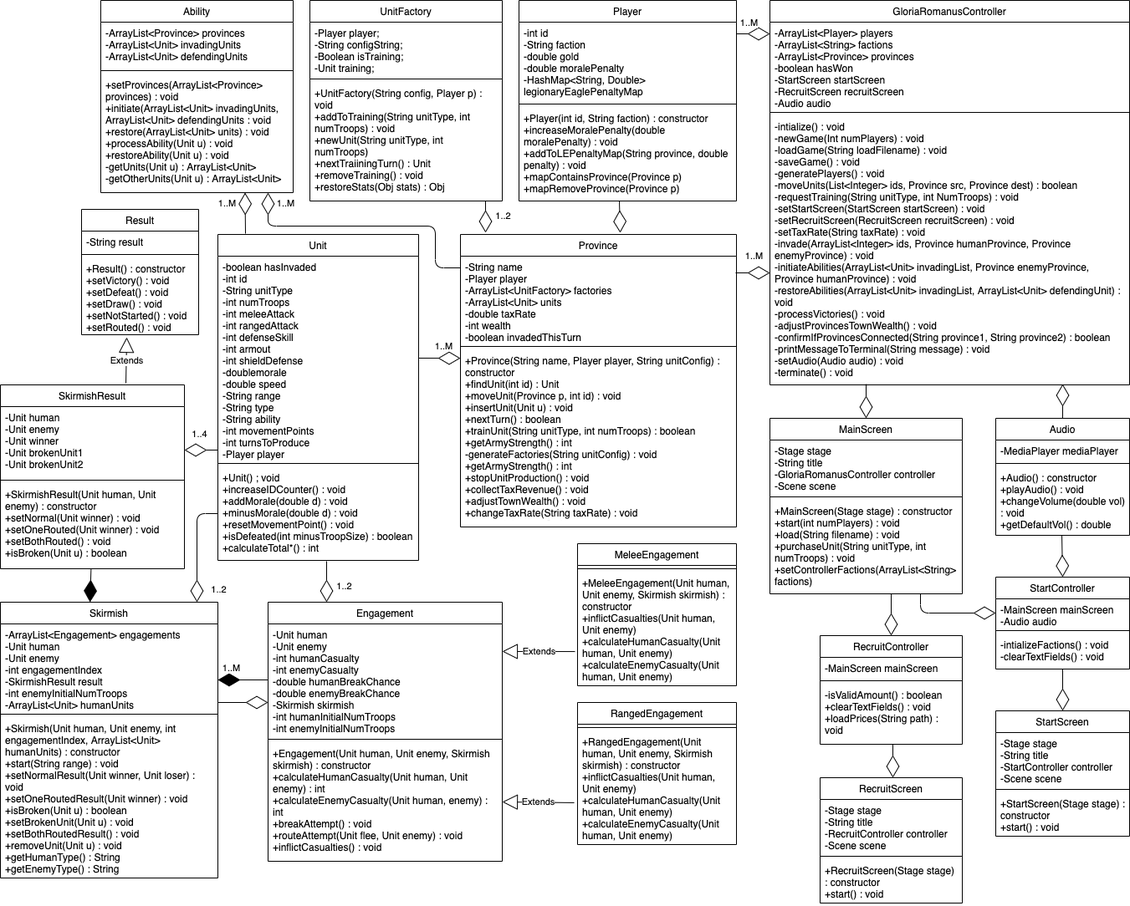
Above: UMLRevised.png in marcusoyang/gloria-romanus (draw.io), before the change. Source tidied: cells renumbered, new cells last; positions are measured from the earlier drawing's top-left corner, leaving out a move shared by most shapes.
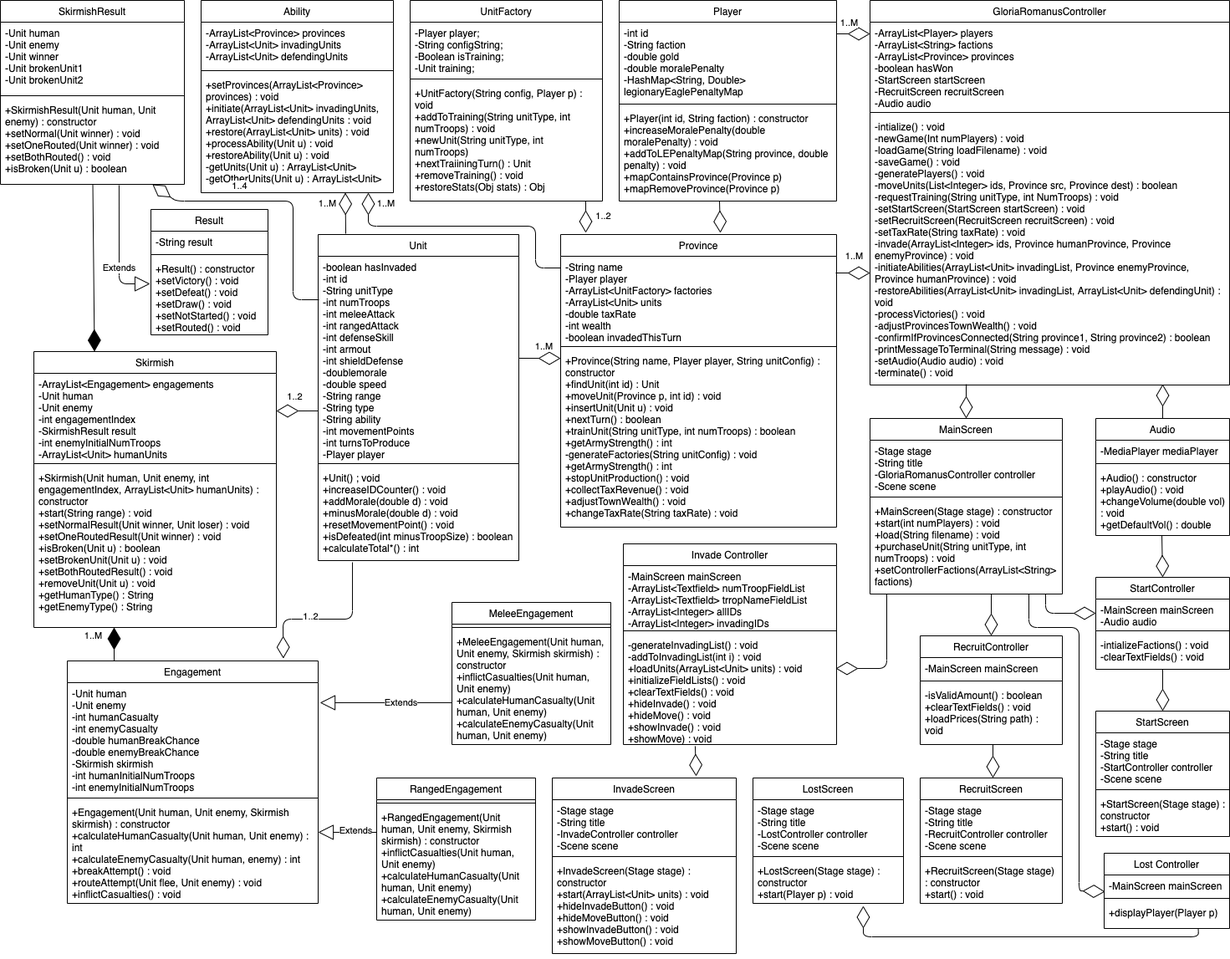
Above is the later version.

The edit, as a diff of the source:
```diff
@@ -41,12 +41,12 @@
     <mxCell id="14" value="Engagement" style="swimlane;fontStyle=0;align=center;verticalAlign=top;horizontal=1;startSize=26;rounded=0;shadow=0;strokeWidth=1;" parent="1" vertex="1">
-      <mxGeometry x="320" y="720" width="280" height="310" as="geometry" />
+      <mxGeometry x="-40" y="790" width="300" height="290" as="geometry" />
     </mxCell>
     <mxCell id="15" value="-Unit human&#10;-Unit enemy&#10;-int humanCasualty&#10;-int enemyCasualty&#10;-double humanBreakChance&#10;-double enemyBreakChance&#10;-Skirmish skirmish&#10;-int humanInitialNumTroops&#10;-int enemyInitialNumTroops" style="text;align=left;verticalAlign=top;spacingLeft=4;spacingRight=4;overflow=hidden;points=[[0,0.5],[1,0.5]];portConstraint=eastwest;" parent="14" vertex="1">
-      <mxGeometry y="26" width="280" height="134" as="geometry" />
+      <mxGeometry y="26" width="300" height="134" as="geometry" />
     </mxCell>
     <mxCell id="16" style="line;html=1;strokeWidth=1;align=left;verticalAlign=middle;spacingTop=-1;spacingLeft=3;spacingRight=3;labelPosition=right;" parent="14" vertex="1">
-      <mxGeometry y="160" width="280" height="8" as="geometry" />
+      <mxGeometry y="160" width="300" height="8" as="geometry" />
     </mxCell>
     <mxCell id="17" value="+Engagement(Unit human, Unit enemy, Skirmish skirmish) : constructor&#10;+calculateHumanCasualty(Unit human, Unit enemy) : int&#10;+calculateEnemyCasualty(Unit human, enemy) : int&#10;+breakAttempt() : void&#10;+routeAttempt(Unit flee, Unit enemy) : void&#10;+inflictCasualties() : void&#10;" style="text;align=left;verticalAlign=top;spacingLeft=4;spacingRight=4;overflow=hidden;points=[[0,0.5],[1,0.5]];portConstraint=eastwest;fontStyle=0;whiteSpace=wrap;" parent="14" vertex="1">
-      <mxGeometry y="168" width="280" height="142" as="geometry" />
+      <mxGeometry y="168" width="300" height="122" as="geometry" />
     </mxCell>
@@ -70,3 +70,3 @@
     <mxCell id="23" value="MeleeEngagement" style="swimlane;fontStyle=0;align=center;verticalAlign=top;horizontal=1;startSize=26;rounded=0;shadow=0;strokeWidth=1;" parent="1" vertex="1">
-      <mxGeometry x="690" y="650" width="190" height="170" as="geometry" />
+      <mxGeometry x="420" y="720" width="190" height="170" as="geometry" />
     </mxCell>
@@ -151,3 +151,3 @@
     <mxCell id="43" value="RangedEngagement" style="swimlane;fontStyle=0;align=center;verticalAlign=top;horizontal=1;startSize=26;rounded=0;shadow=0;strokeWidth=1;" parent="1" vertex="1">
-      <mxGeometry x="690" y="840" width="190" height="170" as="geometry" />
+      <mxGeometry x="330" y="930" width="190" height="170" as="geometry" />
     </mxCell>
@@ -184,3 +184,3 @@
     <mxCell id="54" value="Result" style="swimlane;fontStyle=0;align=center;verticalAlign=top;horizontal=1;startSize=26;rounded=0;shadow=0;strokeWidth=1;" parent="1" vertex="1">
-      <mxGeometry x="97" y="250" width="140" height="150" as="geometry" />
+      <mxGeometry x="60" y="250" width="140" height="150" as="geometry" />
     </mxCell>
@@ -196,3 +196,3 @@
     <mxCell id="58" value="SkirmishResult" style="swimlane;fontStyle=0;align=center;verticalAlign=top;horizontal=1;startSize=26;rounded=0;shadow=0;strokeWidth=1;" parent="1" vertex="1">
-      <mxGeometry y="460" width="220" height="220" as="geometry" />
+      <mxGeometry x="-120" width="220" height="220" as="geometry" />
     </mxCell>
@@ -224,5 +224,5 @@
       <mxGeometry relative="1" as="geometry">
-        <mxPoint x="1100" y="710" as="sourcePoint" />
+        <mxPoint x="1130" y="710" as="sourcePoint" />
         <Array as="points">
-          <mxPoint x="1100" y="733" />
+          <mxPoint x="1130" y="733" />
         </Array>
@@ -287,5 +287,8 @@
     </mxCell>
-    <mxCell id="83" style="endArrow=diamondThin;endFill=0;endSize=24;html=1;entryX=0.25;entryY=0;entryDx=0;entryDy=0;" parent="1" edge="1" target="14">
+    <mxCell id="83" style="endArrow=diamondThin;endFill=0;endSize=24;html=1;entryX=0.861;entryY=-0.01;entryDx=0;entryDy=0;exitX=0.171;exitY=1.018;exitDx=0;exitDy=0;exitPerimeter=0;entryPerimeter=0;" parent="1" edge="1" source="78" target="14">
       <mxGeometry relative="1" as="geometry">
-        <mxPoint x="390" y="671" as="sourcePoint" />
+        <Array as="points">
+          <mxPoint x="301" y="740" />
+          <mxPoint x="218" y="740" />
+        </Array>
       </mxGeometry>
@@ -297,7 +300,9 @@
     </mxCell>
-    <mxCell id="85" value="Extends" style="endArrow=block;endSize=16;endFill=0;html=1;entryX=1;entryY=0.246;entryDx=0;entryDy=0;entryPerimeter=0;exitX=-0.016;exitY=0.699;exitDx=0;exitDy=0;exitPerimeter=0;" parent="1" edge="1" source="25" target="15">
-      <mxGeometry relative="1" as="geometry" />
+    <mxCell id="85" value="Extends" style="endArrow=block;endSize=16;endFill=0;html=1;entryX=1.007;entryY=0.179;entryDx=0;entryDy=0;entryPerimeter=0;exitX=0;exitY=0.632;exitDx=0;exitDy=0;exitPerimeter=0;" parent="1" edge="1" source="25" target="15">
+      <mxGeometry x="-0.23" relative="1" as="geometry" />
     </mxCell>
-    <mxCell id="86" value="Extends" style="endArrow=block;endSize=16;endFill=0;html=1;exitX=-0.021;exitY=0.632;exitDx=0;exitDy=0;exitPerimeter=0;entryX=1;entryY=0.5;entryDx=0;entryDy=0;" parent="1" edge="1" source="45" target="17">
-      <mxGeometry relative="1" as="geometry" />
+    <mxCell id="86" value="Extends" style="endArrow=block;endSize=16;endFill=0;html=1;entryX=1;entryY=0.303;entryDx=0;entryDy=0;entryPerimeter=0;" parent="1" edge="1" target="17">
+      <mxGeometry x="-0.28" y="-2" relative="1" as="geometry">
+        <mxPoint x="330" y="995" as="sourcePoint" />
+      </mxGeometry>
     </mxCell>
@@ -310,15 +315,20 @@
     <mxCell id="88" value="Skirmish" style="swimlane;fontStyle=0;align=center;verticalAlign=top;horizontal=1;startSize=26;rounded=0;shadow=0;strokeWidth=1;" parent="1" vertex="1">
-      <mxGeometry y="720" width="260" height="330" as="geometry" />
+      <mxGeometry x="-80" y="420" width="290" height="330" as="geometry" />
     </mxCell>
     <mxCell id="89" value="-ArrayList&lt;Engagement&gt; engagements&#10;-Unit human&#10;-Unit enemy&#10;-int engagementIndex&#10;-SkirmishResult result&#10;-int enemyInitialNumTroops&#10;-ArrayList&lt;Unit&gt; humanUnits" style="text;align=left;verticalAlign=top;spacingLeft=4;spacingRight=4;overflow=hidden;points=[[0,0.5],[1,0.5]];portConstraint=eastwest;" parent="88" vertex="1">
-      <mxGeometry y="26" width="260" height="104" as="geometry" />
+      <mxGeometry y="26" width="290" height="104" as="geometry" />
     </mxCell>
     <mxCell id="90" style="line;html=1;strokeWidth=1;align=left;verticalAlign=middle;spacingTop=-1;spacingLeft=3;spacingRight=3;labelPosition=right;" parent="88" vertex="1">
-      <mxGeometry y="130" width="260" height="8" as="geometry" />
+      <mxGeometry y="130" width="290" height="8" as="geometry" />
     </mxCell>
     <mxCell id="91" value="+Skirmish(Unit human, Unit enemy, int engagementIndex, ArrayList&lt;Unit&gt; humanUnits) : constructor&#10;+start(String range) : void&#10;+setNormalResult(Unit winner, Unit loser) : void&#10;+setOneRoutedResult(Unit winner) : void&#10;+isBroken(Unit u) : boolean&#10;+setBrokenUnit(Unit u) : void&#10;+setBothRoutedResult() : void&#10;+removeUnit(Unit u) : void&#10;+getHumanType() : String&#10;+getEnemyType() : String" style="text;align=left;verticalAlign=top;spacingLeft=4;spacingRight=4;overflow=hidden;points=[[0,0.5],[1,0.5]];portConstraint=eastwest;fontStyle=0;whiteSpace=wrap;" parent="88" vertex="1">
-      <mxGeometry y="138" width="260" height="192" as="geometry" />
+      <mxGeometry y="138" width="290" height="192" as="geometry" />
     </mxCell>
-    <mxCell id="92" style="endArrow=diamondThin;endFill=1;endSize=24;html=1;exitX=0;exitY=0.5;exitDx=0;exitDy=0;entryX=1;entryY=0.644;entryDx=0;entryDy=0;entryPerimeter=0;" parent="1" edge="1" source="15" target="89">
-      <mxGeometry relative="1" as="geometry" />
+    <mxCell id="92" style="endArrow=diamondThin;endFill=1;endSize=24;html=1;entryX=0.331;entryY=1;entryDx=0;entryDy=0;entryPerimeter=0;" parent="1" edge="1" target="91">
+      <mxGeometry relative="1" as="geometry">
+        <mxPoint x="16" y="790" as="sourcePoint" />
+        <Array as="points">
+          <mxPoint x="16" y="790" />
+        </Array>
+      </mxGeometry>
     </mxCell>
@@ -326,6 +336,6 @@
       <mxGeometry x="0.5" y="-2" relative="1" as="geometry">
-        <mxPoint y="-13" as="offset" />
+        <mxPoint x="-28" as="offset" />
       </mxGeometry>
     </mxCell>
-    <mxCell id="94" style="endArrow=diamondThin;endFill=1;endSize=24;html=1;entryX=0.412;entryY=0;entryDx=0;entryDy=0;entryPerimeter=0;" parent="1" edge="1" source="61" target="88">
+    <mxCell id="94" style="endArrow=diamondThin;endFill=1;endSize=24;html=1;entryX=0.25;entryY=0;entryDx=0;entryDy=0;" parent="1" edge="1" source="61" target="88">
       <mxGeometry relative="1" as="geometry" />
@@ -344,5 +354,10 @@
     </mxCell>
-    <mxCell id="99" style="endArrow=diamondThin;endFill=0;endSize=24;html=1;entryX=1;entryY=0.619;entryDx=0;entryDy=0;entryPerimeter=0;" parent="1" edge="1" target="59">
+    <mxCell id="99" style="endArrow=diamondThin;endFill=0;endSize=24;html=1;" parent="1" edge="1" target="61">
       <mxGeometry relative="1" as="geometry">
-        <mxPoint x="260" y="538" as="sourcePoint" />
+        <mxPoint x="261" y="358" as="sourcePoint" />
+        <Array as="points">
+          <mxPoint x="230" y="358" />
+          <mxPoint x="230" y="240" />
+          <mxPoint x="90" y="240" />
+        </Array>
       </mxGeometry>
@@ -354,9 +369,4 @@
     </mxCell>
-    <mxCell id="101" style="endArrow=diamondThin;endFill=0;endSize=24;html=1;exitX=0;exitY=0.5;exitDx=0;exitDy=0;" parent="1" edge="1" source="78">
-      <mxGeometry relative="1" as="geometry">
-        <mxPoint x="235" y="720" as="targetPoint" />
-        <Array as="points">
-          <mxPoint x="235" y="614" />
-        </Array>
-      </mxGeometry>
+    <mxCell id="101" style="endArrow=diamondThin;endFill=0;endSize=24;html=1;entryX=1;entryY=0.433;entryDx=0;entryDy=0;entryPerimeter=0;exitX=0;exitY=0.758;exitDx=0;exitDy=0;exitPerimeter=0;" parent="1" edge="1" source="76" target="89">
+      <mxGeometry relative="1" as="geometry" />
     </mxCell>
@@ -364,14 +374,89 @@
       <mxGeometry x="0.76" y="2" relative="1" as="geometry">
-        <mxPoint x="23" as="offset" />
+        <mxPoint x="15" y="-19" as="offset" />
       </mxGeometry>
     </mxCell>
-    <mxCell id="103" value="Extends" style="endArrow=block;endSize=16;endFill=0;html=1;entryX=0.386;entryY=1.033;entryDx=0;entryDy=0;entryPerimeter=0;exitX=0.682;exitY=-0.009;exitDx=0;exitDy=0;exitPerimeter=0;" parent="1" edge="1" source="58" target="57">
-      <mxGeometry relative="1" as="geometry" />
+    <mxCell id="103" value="Extends" style="endArrow=block;endSize=16;endFill=0;html=1;entryX=-0.007;entryY=0.337;entryDx=0;entryDy=0;entryPerimeter=0;exitX=0.645;exitY=1.01;exitDx=0;exitDy=0;exitPerimeter=0;" parent="1" edge="1" source="61" target="57">
+      <mxGeometry x="0.28" relative="1" as="geometry">
+        <Array as="points">
+          <mxPoint x="22" y="339" />
+        </Array>
+      </mxGeometry>
     </mxCell>
-    <mxCell id="104" style="endArrow=diamondThin;endFill=0;endSize=24;html=1;" parent="1" edge="1">
-      <mxGeometry relative="1" as="geometry">
-        <mxPoint x="260" y="840" as="sourcePoint" />
-        <mxPoint x="320" y="840" as="targetPoint" />
-      </mxGeometry>
-    </mxCell>
+    <mxCell id="105" value="Invade Controller" style="swimlane;fontStyle=0;align=center;verticalAlign=top;horizontal=1;startSize=26;rounded=0;shadow=0;strokeWidth=1;" parent="1" vertex="1">
+      <mxGeometry x="625" y="650" width="255" height="240" as="geometry" />
+    </mxCell>
+    <mxCell id="106" value="-MainScreen mainScreen&#10;-ArrayList&lt;Textfield&gt; numTroopFieldList&#10;-ArrayList&lt;Textfield&gt; trropNameFieldList&#10;-ArrayList&lt;Integer&gt; allIDs&#10;-ArrayList&lt;Integer&gt; invadingIDs" style="text;align=left;verticalAlign=top;spacingLeft=4;spacingRight=4;overflow=hidden;" parent="105" vertex="1">
+      <mxGeometry y="26" width="255" height="74" as="geometry" />
+    </mxCell>
+    <mxCell id="107" style="line;html=1;strokeWidth=1;align=left;verticalAlign=middle;spacingTop=-1;spacingLeft=3;spacingRight=3;labelPosition=right;" parent="105" vertex="1">
+      <mxGeometry y="100" width="255" height="8" as="geometry" />
+    </mxCell>
+    <mxCell id="108" value="-generateInvadingList() : void&#10;-addToInvadingList(int i) : void&#10;+loadUnits(ArrayList&lt;Unit&gt; units) : void&#10;+initializeFieldLists() : void&#10;+clearTextFields() : void&#10;+hideInvade() : void&#10;+hideMove() : void&#10;+showInvade() : void&#10;+showMove) : void" style="text;align=left;verticalAlign=top;spacingLeft=4;spacingRight=4;overflow=hidden;points=[[0,0.5],[1,0.5]];portConstraint=eastwest;fontStyle=0;whiteSpace=wrap;" parent="105" vertex="1">
+      <mxGeometry y="108" width="255" height="132" as="geometry" />
+    </mxCell>
+    <mxCell id="109" style="endArrow=diamondThin;endFill=0;endSize=24;html=1;entryX=0.996;entryY=0.311;entryDx=0;entryDy=0;entryPerimeter=0;" parent="1" edge="1" target="108">
+      <mxGeometry relative="1" as="geometry">
+        <mxPoint x="940" y="710" as="sourcePoint" />
+        <Array as="points">
+          <mxPoint x="940" y="799" />
+        </Array>
+      </mxGeometry>
+    </mxCell>
+    <mxCell id="110" value="InvadeScreen" style="swimlane;fontStyle=0;align=center;verticalAlign=top;horizontal=1;startSize=26;rounded=0;shadow=0;strokeWidth=1;" parent="1" vertex="1">
+      <mxGeometry x="540" y="930" width="220" height="210" as="geometry" />
+    </mxCell>
+    <mxCell id="111" value="-Stage stage&#10;-String title&#10;-InvadeController controller&#10;-Scene scene" style="text;align=left;verticalAlign=top;spacingLeft=4;spacingRight=4;overflow=hidden;" parent="110" vertex="1">
+      <mxGeometry y="26" width="220" height="64" as="geometry" />
+    </mxCell>
+    <mxCell id="112" style="line;html=1;strokeWidth=1;align=left;verticalAlign=middle;spacingTop=-1;spacingLeft=3;spacingRight=3;labelPosition=right;" parent="110" vertex="1">
+      <mxGeometry y="90" width="220" height="8" as="geometry" />
+    </mxCell>
+    <mxCell id="113" value="+InvadeScreen(Stage stage) : constructor&#10;+start(ArrayList&lt;Unit&gt; units) : void&#10;+hideInvadeButton() : void&#10;+hideMoveButton() : void&#10;+showInvadeButton() : void&#10;+showMoveButton() : void" style="text;align=left;verticalAlign=top;spacingLeft=4;spacingRight=4;overflow=hidden;fontStyle=0;whiteSpace=wrap;" parent="110" vertex="1">
+      <mxGeometry y="98" width="220" height="112" as="geometry" />
+    </mxCell>
+    <mxCell id="114" style="endArrow=diamondThin;endFill=0;endSize=24;html=1;exitX=0.337;exitY=1.015;exitDx=0;exitDy=0;exitPerimeter=0;entryX=0.782;entryY=-0.01;entryDx=0;entryDy=0;entryPerimeter=0;" parent="1" edge="1" source="108" target="110">
+      <mxGeometry relative="1" as="geometry" />
+    </mxCell>
+    <mxCell id="115" value="Lost Controller" style="swimlane;fontStyle=0;align=center;verticalAlign=top;horizontal=1;startSize=26;rounded=0;shadow=0;strokeWidth=1;" parent="1" vertex="1">
+      <mxGeometry x="1200" y="1020" width="150" height="90" as="geometry" />
+    </mxCell>
+    <mxCell id="116" value="-MainScreen mainScreen" style="text;align=left;verticalAlign=top;spacingLeft=4;spacingRight=4;overflow=hidden;points=[[0,0.5],[1,0.5]];portConstraint=eastwest;" parent="115" vertex="1">
+      <mxGeometry y="26" width="150" height="24" as="geometry" />
+    </mxCell>
+    <mxCell id="117" style="line;html=1;strokeWidth=1;align=left;verticalAlign=middle;spacingTop=-1;spacingLeft=3;spacingRight=3;labelPosition=right;" parent="115" vertex="1">
+      <mxGeometry y="50" width="150" height="8" as="geometry" />
+    </mxCell>
+    <mxCell id="118" value="+displayPlayer(Player p)" style="text;align=left;verticalAlign=top;spacingLeft=4;spacingRight=4;overflow=hidden;fontStyle=0;whiteSpace=wrap;" parent="115" vertex="1">
+      <mxGeometry y="58" width="150" height="22" as="geometry" />
+    </mxCell>
+    <mxCell id="119" style="endArrow=diamondThin;endFill=0;endSize=24;html=1;entryX=0.007;entryY=0.833;entryDx=0;entryDy=0;entryPerimeter=0;" parent="1" edge="1" target="116">
+      <mxGeometry relative="1" as="geometry">
+        <mxPoint x="1110" y="710" as="sourcePoint" />
+        <Array as="points">
+          <mxPoint x="1110" y="750" />
+          <mxPoint x="1170" y="750" />
+          <mxPoint x="1170" y="1065" />
+        </Array>
+      </mxGeometry>
+    </mxCell>
+    <mxCell id="120" value="LostScreen" style="swimlane;fontStyle=0;align=center;verticalAlign=top;horizontal=1;startSize=26;rounded=0;shadow=0;strokeWidth=1;" parent="1" vertex="1">
+      <mxGeometry x="780" y="930" width="180" height="150" as="geometry" />
+    </mxCell>
+    <mxCell id="121" value="-Stage stage&#10;-String title&#10;-LostController controller&#10;-Scene scene" style="text;align=left;verticalAlign=top;spacingLeft=4;spacingRight=4;overflow=hidden;" parent="120" vertex="1">
+      <mxGeometry y="26" width="180" height="64" as="geometry" />
+    </mxCell>
+    <mxCell id="122" style="line;html=1;strokeWidth=1;align=left;verticalAlign=middle;spacingTop=-1;spacingLeft=3;spacingRight=3;labelPosition=right;" parent="120" vertex="1">
+      <mxGeometry y="90" width="180" height="8" as="geometry" />
+    </mxCell>
+    <mxCell id="123" value="+LostScreen(Stage stage) : constructor&#10;+start(Player p) : void" style="text;align=left;verticalAlign=top;spacingLeft=4;spacingRight=4;overflow=hidden;points=[[0,0.5],[1,0.5]];portConstraint=eastwest;fontStyle=0;whiteSpace=wrap;" parent="120" vertex="1">
+      <mxGeometry y="98" width="180" height="52" as="geometry" />
+    </mxCell>
+    <mxCell id="124" style="endArrow=diamondThin;endFill=0;endSize=24;html=1;exitX=0.75;exitY=1;exitDx=0;exitDy=0;entryX=0.733;entryY=1.058;entryDx=0;entryDy=0;entryPerimeter=0;" parent="1" edge="1" source="115" target="123">
+      <mxGeometry relative="1" as="geometry">
+        <Array as="points">
+          <mxPoint x="1313" y="1120" />
+          <mxPoint x="912" y="1120" />
+        </Array>
+      </mxGeometry>
+    </mxCell>
   </root>
```
